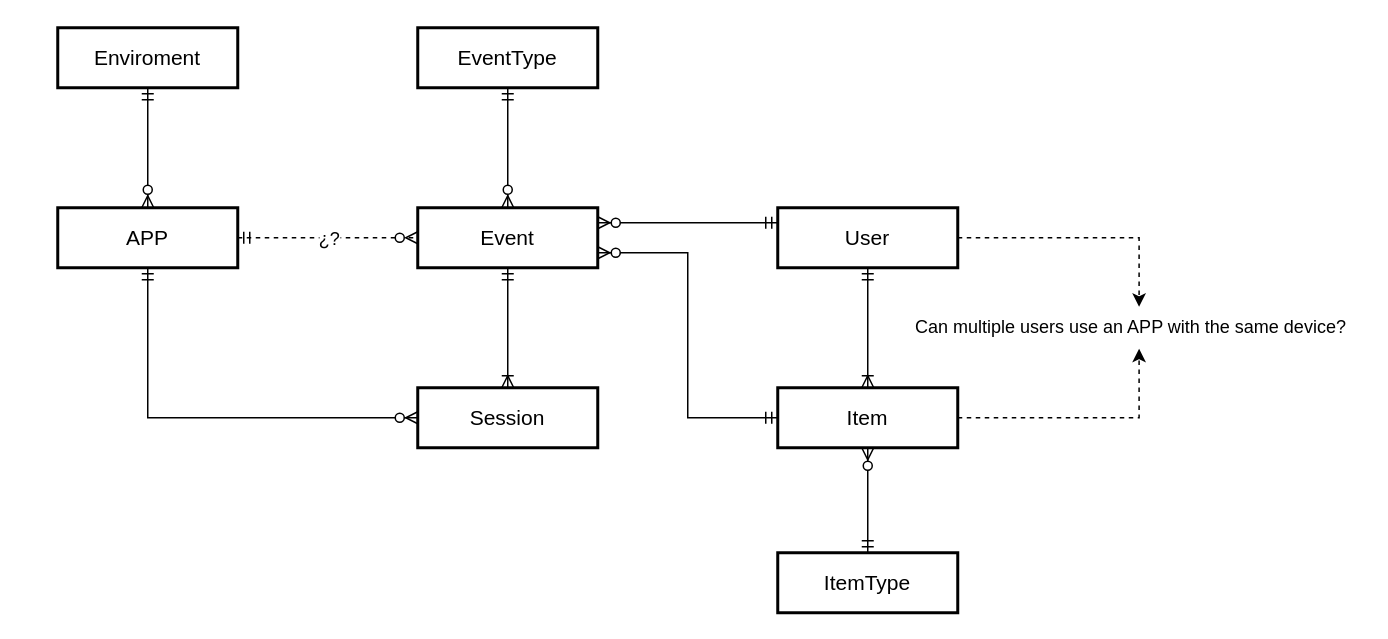
apm1005/TFG keeps this draw.io diagram as page "ER" (1 of 2) of documentation/models/db_model.drawio. Above is the earlier version. Source tidied: cells renumbered, new cells numbered last; positions are measured from the earlier drawing's top-left corner, leaving out a move shared by most shapes. Both pictures are drawn from the tidied source at 150%, with x=0, y=0 at pixel (57, 27).
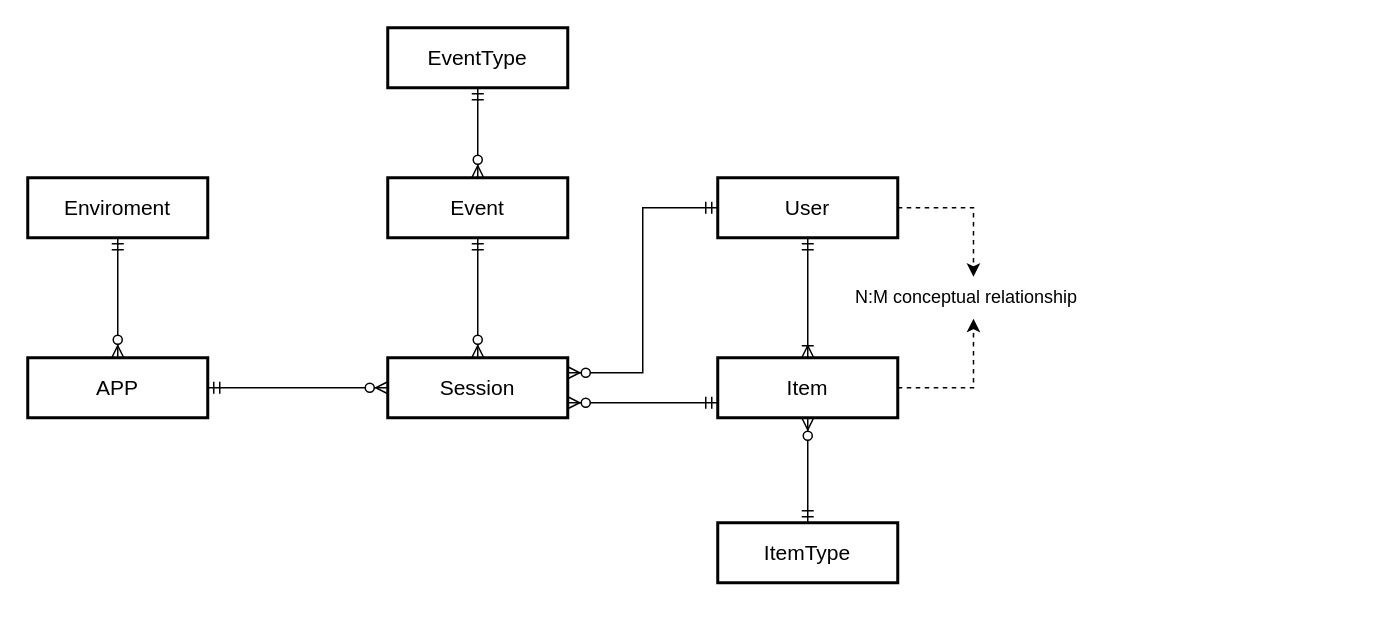
Above is the later version.

The edit, as a diff of the source:
```diff
@@
-    <mxCell id="7" style="edgeStyle=orthogonalEdgeStyle;rounded=0;jettySize=auto;html=1;exitX=0.5;exitY=1;exitDx=0;exitDy=0;entryX=0.5;entryY=0;entryDx=0;entryDy=0;startArrow=ERmandOne;startFill=0;endArrow=ERoneToMany;endFill=0;" parent="1" edge="1" source="11" target="18">
+    <mxCell id="7" style="edgeStyle=orthogonalEdgeStyle;rounded=0;jettySize=auto;html=1;exitX=0.5;exitY=1;exitDx=0;exitDy=0;entryX=0.5;entryY=0;entryDx=0;entryDy=0;startArrow=ERmandOne;startFill=0;endArrow=ERzeroToMany;endFill=1;" parent="1" edge="1" source="11" target="18">
       <mxGeometry relative="1" as="geometry" />
     </mxCell>
-    <mxCell id="8" style="edgeStyle=orthogonalEdgeStyle;rounded=0;jettySize=auto;html=1;exitX=1;exitY=0.75;exitDx=0;exitDy=0;entryX=0;entryY=0.5;entryDx=0;entryDy=0;startArrow=ERzeroToMany;startFill=1;endArrow=ERmandOne;endFill=0;" parent="1" edge="1" source="11" target="21">
-      <mxGeometry relative="1" as="geometry" />
-    </mxCell>
-    <mxCell id="9" style="edgeStyle=orthogonalEdgeStyle;rounded=0;jettySize=auto;html=1;exitX=1;exitY=0.25;exitDx=0;exitDy=0;entryX=0;entryY=0.25;entryDx=0;entryDy=0;startArrow=ERzeroToMany;startFill=1;endArrow=ERmandOne;endFill=0;" parent="1" edge="1" source="11" target="24">
-      <mxGeometry relative="1" as="geometry" />
-    </mxCell>
@@
     <mxCell id="11" value="Event" style="strokeWidth=2;whiteSpace=wrap;html=1;align=center;fontSize=14;" parent="1" vertex="1">
-      <mxGeometry x="240" y="120" width="120" height="40" as="geometry" />
+      <mxGeometry x="220" y="100" width="120" height="40" as="geometry" />
     </mxCell>
-    <mxCell id="12" style="edgeStyle=orthogonalEdgeStyle;rounded=0;jettySize=auto;html=1;exitX=0.5;exitY=1;exitDx=0;exitDy=0;entryX=0;entryY=0.5;entryDx=0;entryDy=0;startArrow=ERmandOne;startFill=0;endArrow=ERzeroToMany;endFill=1;" parent="1" edge="1" source="16" target="18">
+    <mxCell id="12" style="edgeStyle=orthogonalEdgeStyle;rounded=0;jettySize=auto;html=1;entryX=0;entryY=0.5;entryDx=0;entryDy=0;startArrow=ERmandOne;startFill=0;endArrow=ERzeroToMany;endFill=1;" parent="1" edge="1" source="16" target="18">
       <mxGeometry relative="1" as="geometry" />
     </mxCell>
-    <mxCell id="13" style="edgeStyle=orthogonalEdgeStyle;rounded=0;jettySize=auto;html=1;exitX=1;exitY=0.5;exitDx=0;exitDy=0;entryX=0;entryY=0.5;entryDx=0;entryDy=0;startArrow=ERmandOne;startFill=0;endArrow=ERzeroToMany;endFill=1;dashed=1;" parent="1" edge="1" source="16" target="11">
-      <mxGeometry relative="1" as="geometry" />
-    </mxCell>
-    <mxCell id="14" value="¿?" style="text;html=1;align=center;verticalAlign=middle;labelBackgroundColor=#ffffff;" parent="13" vertex="1">
-      <mxGeometry x="-0.28" y="-1" relative="1" as="geometry">
-        <mxPoint x="17" y="-1" as="offset" />
-      </mxGeometry>
-    </mxCell>
@@
     <mxCell id="16" value="APP" style="strokeWidth=2;whiteSpace=wrap;html=1;align=center;fontSize=14;" parent="1" vertex="1">
-      <mxGeometry y="120" width="120" height="40" as="geometry" />
+      <mxGeometry x="-20" y="220" width="120" height="40" as="geometry" />
     </mxCell>
     <mxCell id="17" value="EventType" style="strokeWidth=2;whiteSpace=wrap;html=1;align=center;fontSize=14;" parent="1" vertex="1">
-      <mxGeometry x="240" width="120" height="40" as="geometry" />
+      <mxGeometry x="220" width="120" height="40" as="geometry" />
     </mxCell>
     <mxCell id="18" value="Session" style="strokeWidth=2;whiteSpace=wrap;html=1;align=center;fontSize=14;" parent="1" vertex="1">
-      <mxGeometry x="240" y="240" width="120" height="40" as="geometry" />
+      <mxGeometry x="220" y="220" width="120" height="40" as="geometry" />
     </mxCell>
@@
+    <mxCell id="28" style="edgeStyle=orthogonalEdgeStyle;rounded=0;jettySize=auto;html=1;exitX=0;exitY=0.75;exitDx=0;exitDy=0;entryX=1;entryY=0.75;entryDx=0;entryDy=0;startArrow=ERmandOne;startFill=0;endArrow=ERzeroToMany;endFill=1;" parent="1" edge="1" source="21" target="18">
+      <mxGeometry relative="1" as="geometry" />
+    </mxCell>
     <mxCell id="21" value="Item" style="strokeWidth=2;whiteSpace=wrap;html=1;align=center;fontSize=14;" parent="1" vertex="1">
-      <mxGeometry x="480" y="240" width="120" height="40" as="geometry" />
+      <mxGeometry x="440" y="220" width="120" height="40" as="geometry" />
     </mxCell>
@@
+    <mxCell id="29" style="edgeStyle=orthogonalEdgeStyle;rounded=0;jettySize=auto;html=1;exitX=0;exitY=0.5;exitDx=0;exitDy=0;entryX=1;entryY=0.25;entryDx=0;entryDy=0;startArrow=ERmandOne;startFill=0;endArrow=ERzeroToMany;endFill=1;" parent="1" edge="1" source="24" target="18">
+      <mxGeometry relative="1" as="geometry" />
+    </mxCell>
     <mxCell id="24" value="User" style="strokeWidth=2;whiteSpace=wrap;html=1;align=center;fontSize=14;" parent="1" vertex="1">
-      <mxGeometry x="480" y="120" width="120" height="40" as="geometry" />
+      <mxGeometry x="440" y="100" width="120" height="40" as="geometry" />
     </mxCell>
-    <mxCell id="25" value="Can multiple users use an APP with the same device?" style="text;html=1;points=[];align=left;verticalAlign=top;spacingTop=-4;" parent="1" vertex="1">
-      <mxGeometry x="570" y="190" width="300" height="20" as="geometry" />
+    <mxCell id="25" value="N:M conceptual relationship" style="text;html=1;points=[];align=left;verticalAlign=top;spacingTop=-4;" parent="1" vertex="1">
+      <mxGeometry x="530" y="170" width="160" height="20" as="geometry" />
     </mxCell>
     <mxCell id="26" value="ItemType" style="strokeWidth=2;whiteSpace=wrap;html=1;align=center;fontSize=14;" parent="1" vertex="1">
-      <mxGeometry x="480" y="350" width="120" height="40" as="geometry" />
+      <mxGeometry x="440" y="330" width="120" height="40" as="geometry" />
     </mxCell>
     <mxCell id="27" value="Enviroment" style="strokeWidth=2;whiteSpace=wrap;html=1;align=center;fontSize=14;" parent="1" vertex="1">
-      <mxGeometry width="120" height="40" as="geometry" />
+      <mxGeometry x="-20" y="100" width="120" height="40" as="geometry" />
     </mxCell>
```
